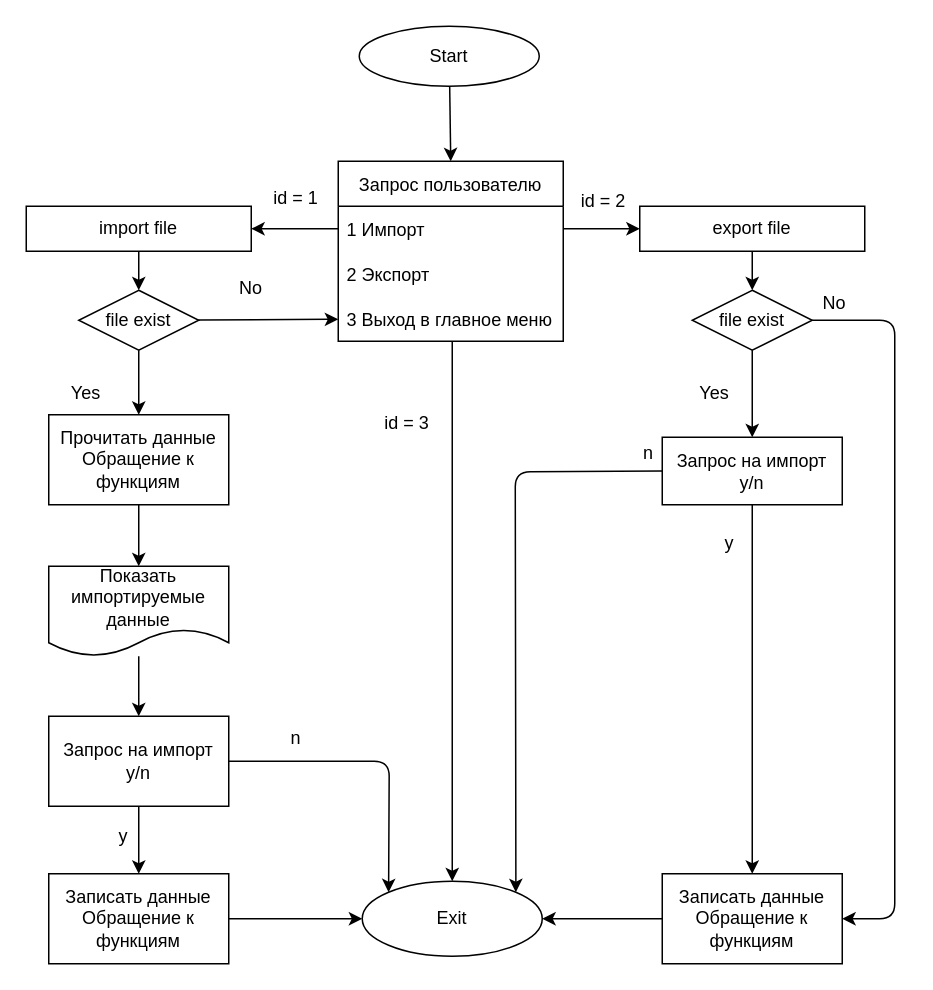
Above: ipmort_export.drawio in GoldReserve/Teleph_sprav (draw.io), before the change. Source tidied: cells renumbered, new cells numbered last; positions are measured from the earlier drawing's top-left corner, leaving out a move shared by most shapes. Both pictures are drawn from the tidied source at 150%, with x=0, y=0 at pixel (26, 26).
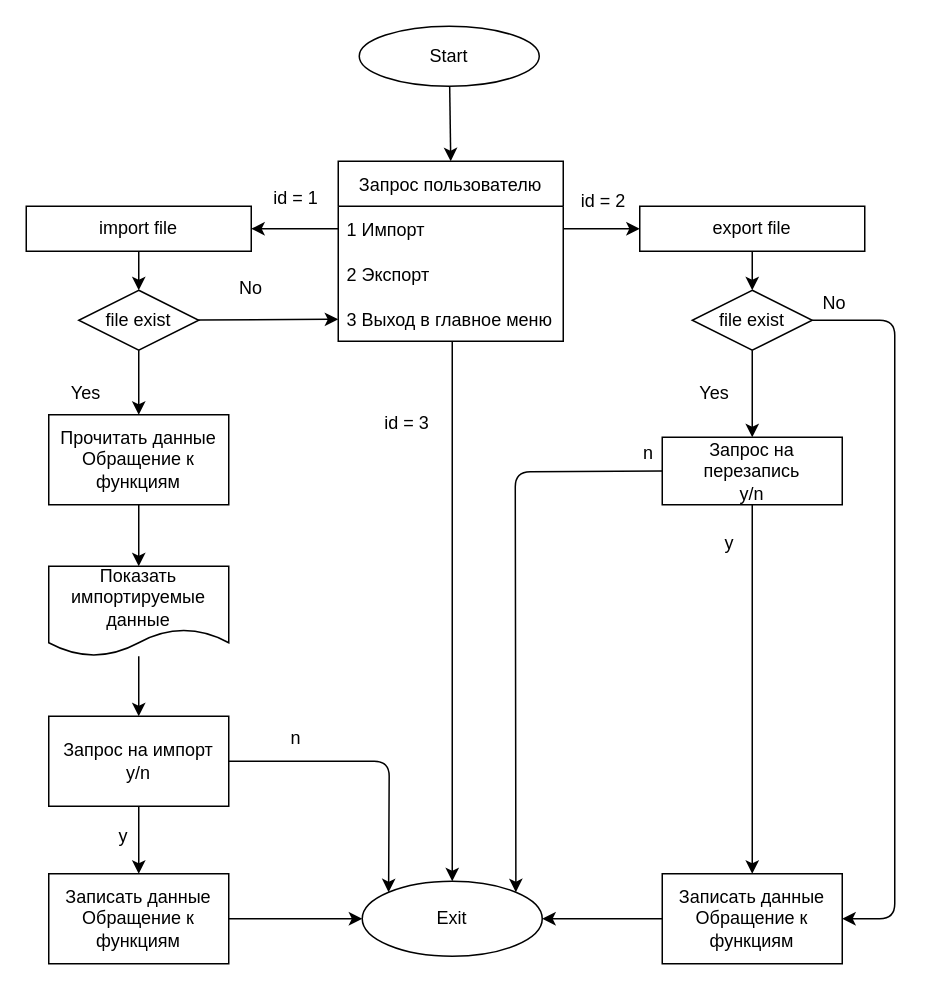
Above is the later version.

Commit message:
import_export diagramm fix

What changed in the source:
```diff
@@
-    <mxCell id="38" value="Запрос на импорт&lt;br&gt;y/n" style="rounded=0;whiteSpace=wrap;html=1;" parent="1" vertex="1">
+    <mxCell id="38" value="Запрос на перезапись&lt;br&gt;y/n" style="rounded=0;whiteSpace=wrap;html=1;" parent="1" vertex="1">
       <mxGeometry x="424" y="274" width="120" height="45" as="geometry" />
     </mxCell>
```
